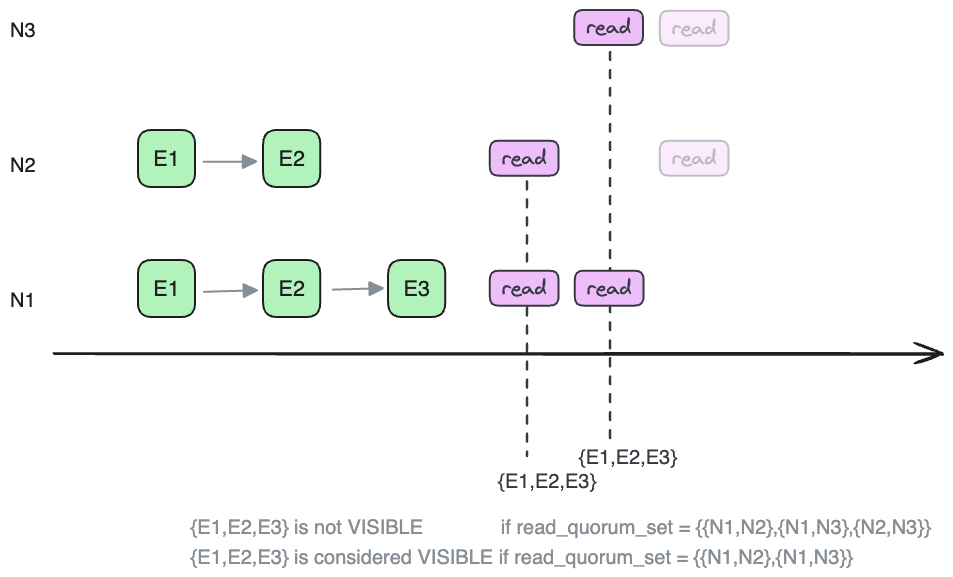
Earlier version of the Excalidraw export src/list/raxos/history-visible-123.excalidraw.png (drmingdrmer/consensus-essence). Source tidied: one line per element, renumbered; positions are measured from the earlier drawing's top-left corner, leaving out a move shared by most shapes.
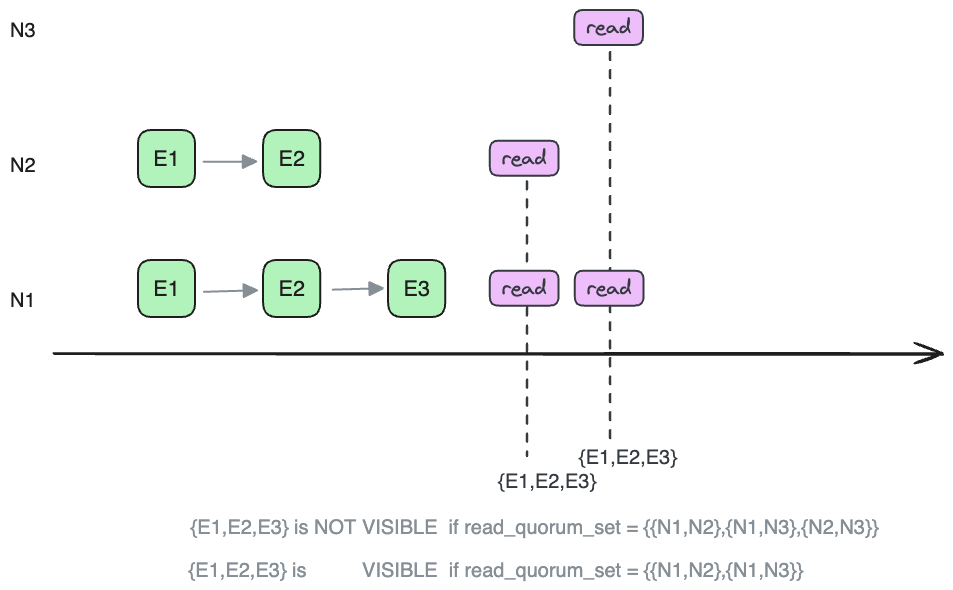
Above is the later version.

The edit, as a diff of the source:
```diff
@@ -6,20 +6,16 @@
 {"id": 5, "type": "text", "text": "N3", "strokeColor": "#1e1e1e", "strokeWidth": 2, "roughness": 1, "fontSize": 20, "fontFamily": 2, "x": 0, "y": 8, "width": 26, "height": 23}
 {"id": 6, "type": "rectangle", "strokeColor": "#343a40", "backgroundColor": "#eebefa", "fillStyle": "solid", "strokeWidth": 2, "roughness": 0, "round": true, "x": 480, "y": 261, "width": 69, "height": 35}
 {"id": 7, "type": "text", "text": "read", "strokeColor": "#343a40", "strokeWidth": 2, "roughness": 1, "fontSize": 20, "fontFamily": 1, "textAlign": "center", "verticalAlign": "middle", "inside": 6, "x": 492, "y": 266, "width": 44, "height": 25}
-{"id": 8, "type": "rectangle", "strokeColor": "#343a40", "backgroundColor": "#eebefa", "fillStyle": "solid", "strokeWidth": 2, "roughness": 0, "opacity": 30, "round": true, "x": 650, "y": 131, "width": 69, "height": 35}
-{"id": 9, "type": "text", "text": "read", "strokeColor": "#343a40", "strokeWidth": 2, "roughness": 1, "opacity": 30, "fontSize": 20, "fontFamily": 1, "textAlign": "center", "verticalAlign": "middle", "inside": 8, "x": 662, "y": 136, "width": 44, "height": 25}
 {"id": 10, "type": "rectangle", "strokeColor": "#343a40", "backgroundColor": "#eebefa", "fillStyle": "solid", "strokeWidth": 2, "roughness": 0, "round": true, "x": 565, "y": 261, "width": 69, "height": 35}
 {"id": 11, "type": "text", "text": "read", "strokeColor": "#343a40", "strokeWidth": 2, "roughness": 1, "fontSize": 20, "fontFamily": 1, "textAlign": "center", "verticalAlign": "middle", "inside": 10, "x": 577, "y": 266, "width": 44, "height": 25}
 {"id": 12, "type": "rectangle", "strokeColor": "#343a40", "backgroundColor": "#eebefa", "fillStyle": "solid", "strokeWidth": 2, "roughness": 0, "round": true, "x": 480, "y": 131, "width": 69, "height": 35}
 {"id": 13, "type": "text", "text": "read", "strokeColor": "#343a40", "strokeWidth": 2, "roughness": 1, "fontSize": 20, "fontFamily": 1, "textAlign": "center", "verticalAlign": "middle", "inside": 12, "x": 492, "y": 136, "width": 44, "height": 25}
-{"id": 14, "type": "rectangle", "strokeColor": "#343a40", "backgroundColor": "#eebefa", "fillStyle": "solid", "strokeWidth": 2, "roughness": 0, "opacity": 30, "round": true, "x": 650, "y": 1, "width": 69, "height": 35}
-{"id": 15, "type": "text", "text": "read", "strokeColor": "#343a40", "strokeWidth": 2, "roughness": 1, "opacity": 30, "fontSize": 20, "fontFamily": 1, "textAlign": "center", "verticalAlign": "middle", "inside": 14, "x": 662, "y": 6, "width": 44, "height": 25}
 {"id": 16, "type": "rectangle", "strokeColor": "#343a40", "backgroundColor": "#eebefa", "fillStyle": "solid", "strokeWidth": 2, "roughness": 0, "round": true, "x": 564, "y": 0, "width": 69, "height": 35}
 {"id": 17, "type": "text", "text": "read", "strokeColor": "#343a40", "strokeWidth": 2, "roughness": 1, "fontSize": 20, "fontFamily": 1, "textAlign": "center", "verticalAlign": "middle", "inside": 16, "x": 577, "y": 5, "width": 44, "height": 25}
 {"id": 18, "type": "text", "text": "{E1,E2,E3}", "strokeColor": "#343a40", "backgroundColor": "#eebefa", "fillStyle": "solid", "strokeWidth": 2, "strokeStyle": "dashed", "roughness": 0, "fontSize": 20, "fontFamily": 2, "x": 488, "y": 459, "width": 98, "height": 23}
 {"id": 19, "type": "text", "text": "{E1,E2,E3}", "strokeColor": "#343a40", "backgroundColor": "#eebefa", "fillStyle": "solid", "strokeWidth": 2, "strokeStyle": "dashed", "roughness": 0, "fontSize": 20, "fontFamily": 2, "x": 569, "y": 435, "width": 98, "height": 23}
-{"id": 20, "type": "text", "text": "{E1,E2,E3} is not VISIBLE              if read_quorum_set = {{N1,N2},{N1,N3},{N2,N3}}", "strokeColor": "#868e96", "backgroundColor": "#eebefa", "fillStyle": "solid", "strokeWidth": 2, "strokeStyle": "dashed", "roughness": 0, "fontSize": 20, "fontFamily": 2, "x": 181, "y": 505, "width": 740, "height": 23}
+{"id": 20, "type": "text", "text": "{E1,E2,E3} is NOT VISIBLE  if read_quorum_set = {{N1,N2},{N1,N3},{N2,N3}}", "strokeColor": "#868e96", "backgroundColor": "#eebefa", "fillStyle": "solid", "strokeWidth": 2, "strokeStyle": "dashed", "roughness": 0, "fontSize": 20, "fontFamily": 2, "x": 181, "y": 505, "width": 688, "height": 23}
-{"id": 21, "type": "text", "text": "{E1,E2,E3} is considered VISIBLE if read_quorum_set = {{N1,N2},{N1,N3}}", "strokeColor": "#868e96", "backgroundColor": "#eebefa", "fillStyle": "solid", "strokeWidth": 2, "strokeStyle": "dashed", "roughness": 0, "fontSize": 20, "fontFamily": 2, "x": 181, "y": 535, "width": 662, "height": 23}
+{"id": 21, "type": "text", "text": "{E1,E2,E3} is          VISIBLE  if read_quorum_set = {{N1,N2},{N1,N3}}", "strokeColor": "#868e96", "backgroundColor": "#eebefa", "fillStyle": "solid", "strokeWidth": 2, "strokeStyle": "dashed", "roughness": 0, "fontSize": 20, "fontFamily": 2, "x": 179, "y": 548, "width": 614, "height": 23}
 {"id": 22, "type": "rectangle", "strokeColor": "#1e1e1e", "backgroundColor": "#b2f2bb", "fillStyle": "solid", "strokeWidth": 2, "roughness": 0, "round": true, "x": 128, "y": 250, "width": 57, "height": 57}
 {"id": 23, "type": "text", "text": "E1", "strokeColor": "#1e1e1e", "strokeWidth": 2, "roughness": 1, "fontSize": 21.56, "fontFamily": 2, "textAlign": "center", "verticalAlign": "middle", "inside": 22, "x": 143, "y": 266, "width": 26, "height": 25}
 {"id": 24, "type": "rectangle", "strokeColor": "#1e1e1e", "backgroundColor": "#b2f2bb", "fillStyle": "solid", "strokeWidth": 2, "roughness": 0, "round": true, "x": 128, "y": 120, "width": 57, "height": 57}
```
